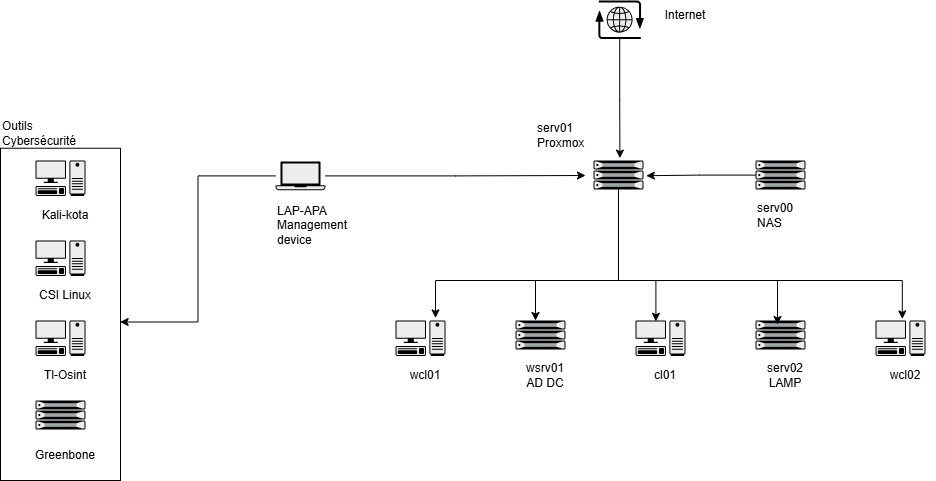
Above: assets/diagrams/schéma.png in kota-shen/kota-shen (draw.io), before the change. Source tidied: cells renumbered, new cells last; positions are measured from the earlier drawing's top-left corner, leaving out a move shared by most shapes.
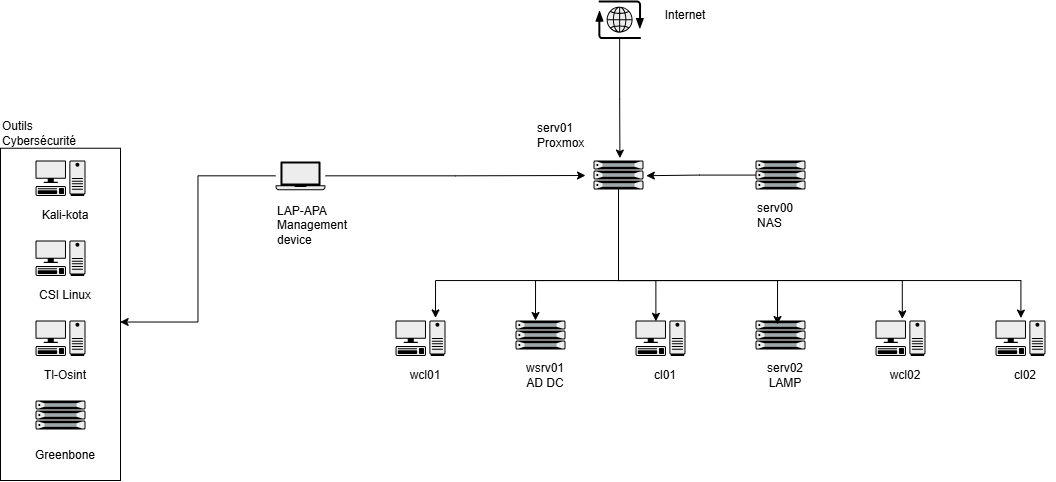
After the change.

Diff of the diagram source:
```diff
@@ -140,5 +140,19 @@
     <mxCell id="38" value="Outils Cybersécurité" style="text;html=1;whiteSpace=wrap;strokeColor=none;fillColor=none;align=left;verticalAlign=middle;rounded=0;" parent="1" vertex="1">
       <mxGeometry y="117.7" width="60" height="30" as="geometry" />
     </mxCell>
+    <mxCell id="39" style="shape=mxgraph.networks2.icon;fillColor=#EDEDED;strokeColor=#000000;gradientColor=#5B6163;network2IconShadow=1;network2bgFillColor=none;labelPosition=center;verticalLabelPosition=bottom;align=center;verticalAlign=top;network2Icon=mxgraph.networks2.pc;network2IconYOffset=-0.0593;network2IconW=0.9999;network2IconH=0.7096;" parent="1" vertex="1">
+      <mxGeometry x="995" y="320" width="50" height="35.5" as="geometry" />
+    </mxCell>
+    <mxCell id="40" value="cl02" style="text;html=1;whiteSpace=wrap;strokeColor=none;fillColor=none;align=center;verticalAlign=middle;rounded=0;" parent="1" vertex="1">
+      <mxGeometry x="995" y="360" width="60" height="30" as="geometry" />
+    </mxCell>
+    <mxCell id="41" style="edgeStyle=orthogonalEdgeStyle;rounded=0;jettySize=auto;html=1;entryX=0.508;entryY=-0.068;entryDx=0;entryDy=0;entryPerimeter=0;" parent="1" edge="1" source="4" target="39">
+      <mxGeometry relative="1" as="geometry">
+        <Array as="points">
+          <mxPoint x="618" y="280" />
+          <mxPoint x="1020" y="280" />
+        </Array>
+      </mxGeometry>
+    </mxCell>
   </root>
 </mxGraphModel>
```
